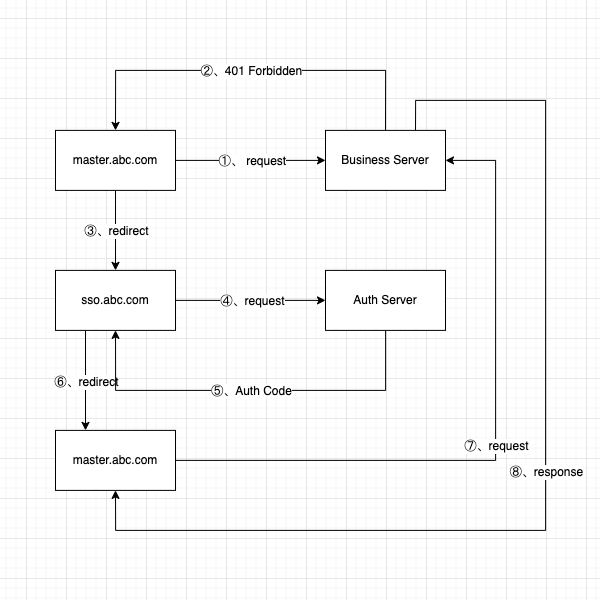
This is static/sso-flow.png from chanwaidung/job-summary, a draw.io export, as it was before one commit. Source tidied: cells renumbered, new cells last; positions are measured from the earlier drawing's top-left corner, leaving out a move shared by most shapes.
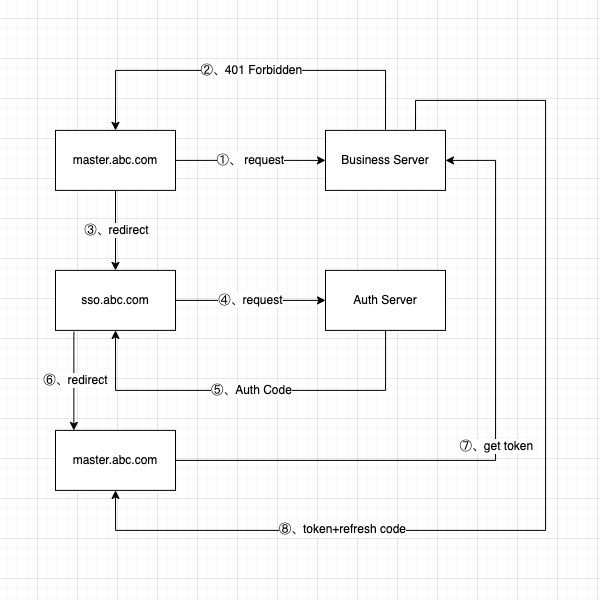
Later version of the same file.

Commit message:
feat: 更新资源文件

The edit, as a diff of the source:
```diff
@@ -38,9 +38,9 @@
         </Array>
       </mxGeometry>
     </mxCell>
-    <mxCell id="10" value="⑧、response" style="edgeLabel;html=1;align=center;verticalAlign=middle;rounded=0;" parent="9" vertex="1">
-      <mxGeometry relative="1" as="geometry" />
-    </mxCell>
+    <mxCell id="23" value="⑧、token+refresh code" style="edgeLabel;html=1;align=center;verticalAlign=middle;" parent="9" vertex="1">
+      <mxGeometry x="0.5" y="-1" relative="1" as="geometry" />
+    </mxCell>
     <mxCell id="11" value="Business Server" style="whiteSpace=wrap;html=1;rounded=0;" parent="1" vertex="1">
       <mxGeometry x="270" y="59.9" width="120" height="60" as="geometry" />
     </mxCell>
@@ -50,11 +50,11 @@
     <mxCell id="13" value="④、request" style="edgeLabel;html=1;align=center;verticalAlign=middle;rounded=0;" parent="12" vertex="1">
       <mxGeometry relative="1" as="geometry" />
     </mxCell>
-    <mxCell id="14" style="edgeStyle=orthogonalEdgeStyle;rounded=0;jettySize=auto;html=1;exitX=0.25;exitY=1;exitDx=0;exitDy=0;entryX=0.25;entryY=0;entryDx=0;entryDy=0;" parent="1" edge="1" source="16" target="22">
+    <mxCell id="14" style="edgeStyle=orthogonalEdgeStyle;rounded=0;jettySize=auto;html=1;exitX=0.153;exitY=1.023;exitDx=0;exitDy=0;entryX=0.153;entryY=0;entryDx=0;entryDy=0;exitPerimeter=0;entryPerimeter=0;" parent="1" edge="1" source="16" target="22">
       <mxGeometry relative="1" as="geometry" />
     </mxCell>
-    <mxCell id="15" value="⑥、redirect" style="edgeLabel;html=1;align=center;verticalAlign=middle;rounded=0;" parent="14" vertex="1">
-      <mxGeometry relative="1" as="geometry" />
+    <mxCell id="15" value="⑥、redirect" style="edgeLabel;html=1;align=center;verticalAlign=middle;" parent="14" vertex="1">
+      <mxGeometry x="-0.02" y="1" relative="1" as="geometry" />
     </mxCell>
     <mxCell id="16" value="sso.abc.com" style="whiteSpace=wrap;html=1;rounded=0;" parent="1" vertex="1">
       <mxGeometry y="199.9" width="120" height="60" as="geometry" />
@@ -81,7 +81,7 @@
         </Array>
       </mxGeometry>
     </mxCell>
-    <mxCell id="21" value="⑦、request" style="edgeLabel;html=1;align=center;verticalAlign=middle;rounded=0;" parent="20" vertex="1">
+    <mxCell id="21" value="⑦、get token" style="edgeLabel;html=1;align=center;verticalAlign=middle;rounded=0;" parent="20" vertex="1">
       <mxGeometry relative="1" as="geometry" />
     </mxCell>
     <mxCell id="22" value="master.abc.com" style="rounded=0;whiteSpace=wrap;html=1;" parent="1" vertex="1">
```
